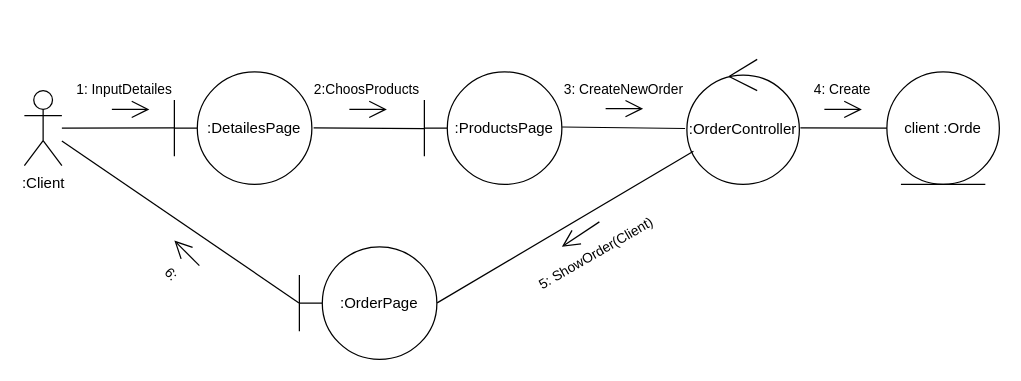
This is Lab1/Диаграмма анализа.drawio from TallMan653/UML-farm-produce-sales-app, a draw.io file, before an edit. Source tidied: cells renumbered, new cells numbered last; positions are measured from the earlier drawing's top-left corner, leaving out a move shared by most shapes. Both pictures are drawn from the tidied source at 125%, with x=0, y=0 at pixel (24, 59).
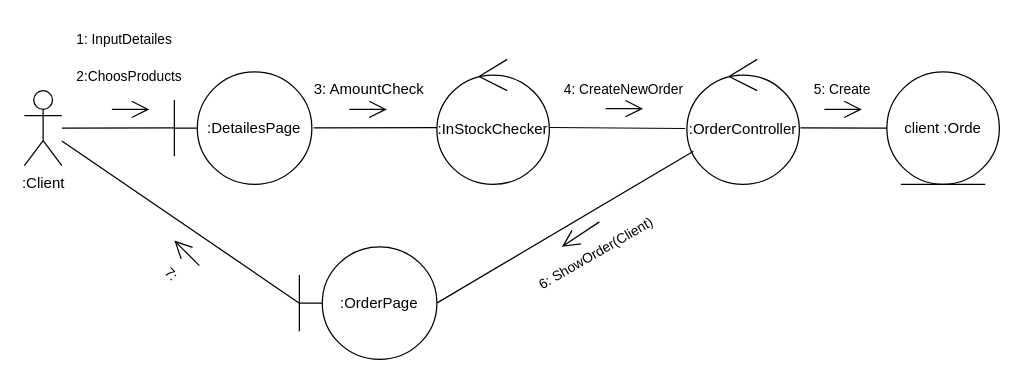
After the change.

The change refers to these unchanged cells:
```xml
<mxCell id="3" value=":DetailesPage" style="shape=umlBoundary;whiteSpace=wrap;html=1;" parent="1" vertex="1">
  <mxGeometry x="120" y="10" width="110" height="90" as="geometry" />
</mxCell>
<mxCell id="5" value=":OrderController" style="ellipse;shape=umlControl;whiteSpace=wrap;html=1;" parent="1" vertex="1">
  <mxGeometry x="530" width="90" height="100" as="geometry" />
</mxCell>
```

The edit, as a diff of the source:
```diff
@@
-    <mxCell id="4" value=":ProductsPage" style="shape=umlBoundary;whiteSpace=wrap;html=1;" parent="1" vertex="1">
-      <mxGeometry x="320" y="10" width="110" height="90" as="geometry" />
-    </mxCell>
@@
     <mxCell id="8" value="&lt;span style=&quot;color: rgb(0, 0, 0); font-family: Helvetica; font-size: 11px; font-style: normal; font-variant-ligatures: normal; font-variant-caps: normal; font-weight: 400; letter-spacing: normal; orphans: 2; text-align: center; text-indent: 0px; text-transform: none; widows: 2; word-spacing: 0px; -webkit-text-stroke-width: 0px; white-space: nowrap; background-color: rgb(255, 255, 255); text-decoration-thickness: initial; text-decoration-style: initial; text-decoration-color: initial; display: inline !important; float: none;&quot;&gt;1: InputDetailes&lt;/span&gt;" style="text;whiteSpace=wrap;html=1;" parent="1" vertex="1">
-      <mxGeometry x="40" y="10" width="80" height="30" as="geometry" />
+      <mxGeometry x="40" y="-30" width="80" height="30" as="geometry" />
     </mxCell>
@@
     <mxCell id="11" value="&lt;span style=&quot;color: rgb(0, 0, 0); font-family: Helvetica; font-size: 11px; font-style: normal; font-variant-ligatures: normal; font-variant-caps: normal; font-weight: 400; letter-spacing: normal; orphans: 2; text-align: center; text-indent: 0px; text-transform: none; widows: 2; word-spacing: 0px; -webkit-text-stroke-width: 0px; white-space: nowrap; background-color: rgb(255, 255, 255); text-decoration-thickness: initial; text-decoration-style: initial; text-decoration-color: initial; display: inline !important; float: none;&quot;&gt;2:ChoosProducts&lt;/span&gt;" style="text;whiteSpace=wrap;html=1;" parent="1" vertex="1">
-      <mxGeometry x="230" y="10" width="90" height="30" as="geometry" />
+      <mxGeometry x="40" width="90" height="30" as="geometry" />
     </mxCell>
-    <mxCell id="12" style="endArrow=none;html=1;rounded=0;entryX=0.002;entryY=0.504;entryDx=0;entryDy=0;entryPerimeter=0;exitX=1.013;exitY=0.497;exitDx=0;exitDy=0;exitPerimeter=0;" parent="1" edge="1" source="3" target="4">
+    <mxCell id="12" style="endArrow=none;html=1;rounded=0;entryX=0.001;entryY=0.545;entryDx=0;entryDy=0;entryPerimeter=0;exitX=1.013;exitY=0.497;exitDx=0;exitDy=0;exitPerimeter=0;" parent="1" edge="1" source="3" target="26">
       <mxGeometry relative="1" as="geometry" />
     </mxCell>
@@
-    <mxCell id="14" value="&lt;span style=&quot;color: rgb(0, 0, 0); font-family: Helvetica; font-size: 11px; font-style: normal; font-variant-ligatures: normal; font-variant-caps: normal; font-weight: 400; letter-spacing: normal; orphans: 2; text-align: center; text-indent: 0px; text-transform: none; widows: 2; word-spacing: 0px; -webkit-text-stroke-width: 0px; white-space: nowrap; background-color: rgb(255, 255, 255); text-decoration-thickness: initial; text-decoration-style: initial; text-decoration-color: initial; display: inline !important; float: none;&quot;&gt;3: CreateNewOrder&lt;/span&gt;" style="text;whiteSpace=wrap;html=1;" parent="1" vertex="1">
+    <mxCell id="14" value="&lt;span style=&quot;color: rgb(0, 0, 0); font-family: Helvetica; font-size: 11px; font-style: normal; font-variant-ligatures: normal; font-variant-caps: normal; font-weight: 400; letter-spacing: normal; orphans: 2; text-align: center; text-indent: 0px; text-transform: none; widows: 2; word-spacing: 0px; -webkit-text-stroke-width: 0px; white-space: nowrap; background-color: rgb(255, 255, 255); text-decoration-thickness: initial; text-decoration-style: initial; text-decoration-color: initial; display: inline !important; float: none;&quot;&gt;4: CreateNewOrder&lt;/span&gt;" style="text;whiteSpace=wrap;html=1;" parent="1" vertex="1">
       <mxGeometry x="430" y="10" width="100" height="30" as="geometry" />
     </mxCell>
-    <mxCell id="15" style="endArrow=none;html=1;rounded=0;exitX=1.002;exitY=0.49;exitDx=0;exitDy=0;exitPerimeter=0;entryX=-0.016;entryY=0.553;entryDx=0;entryDy=0;entryPerimeter=0;" parent="1" edge="1" source="4" target="5">
+    <mxCell id="15" style="endArrow=none;html=1;rounded=0;exitX=0.995;exitY=0.545;exitDx=0;exitDy=0;exitPerimeter=0;entryX=-0.016;entryY=0.553;entryDx=0;entryDy=0;entryPerimeter=0;" parent="1" edge="1" source="26" target="5">
       <mxGeometry relative="1" as="geometry" />
     </mxCell>
@@
-    <mxCell id="17" value="&lt;span style=&quot;color: rgb(0, 0, 0); font-family: Helvetica; font-size: 11px; font-style: normal; font-variant-ligatures: normal; font-variant-caps: normal; font-weight: 400; letter-spacing: normal; orphans: 2; text-align: center; text-indent: 0px; text-transform: none; widows: 2; word-spacing: 0px; -webkit-text-stroke-width: 0px; white-space: nowrap; background-color: rgb(255, 255, 255); text-decoration-thickness: initial; text-decoration-style: initial; text-decoration-color: initial; display: inline !important; float: none;&quot;&gt;4: Create&lt;/span&gt;" style="text;whiteSpace=wrap;html=1;" parent="1" vertex="1">
+    <mxCell id="17" value="&lt;span style=&quot;color: rgb(0, 0, 0); font-family: Helvetica; font-size: 11px; font-style: normal; font-variant-ligatures: normal; font-variant-caps: normal; font-weight: 400; letter-spacing: normal; orphans: 2; text-align: center; text-indent: 0px; text-transform: none; widows: 2; word-spacing: 0px; -webkit-text-stroke-width: 0px; white-space: nowrap; background-color: rgb(255, 255, 255); text-decoration-thickness: initial; text-decoration-style: initial; text-decoration-color: initial; display: inline !important; float: none;&quot;&gt;5: Create&lt;/span&gt;" style="text;whiteSpace=wrap;html=1;" parent="1" vertex="1">
       <mxGeometry x="630" y="10" width="50" height="30" as="geometry" />
     </mxCell>
@@
-    <mxCell id="20" value="&lt;span style=&quot;color: rgb(0, 0, 0); font-family: Helvetica; font-size: 11px; font-style: normal; font-variant-ligatures: normal; font-variant-caps: normal; font-weight: 400; letter-spacing: normal; orphans: 2; text-align: center; text-indent: 0px; text-transform: none; widows: 2; word-spacing: 0px; -webkit-text-stroke-width: 0px; white-space: nowrap; background-color: rgb(255, 255, 255); text-decoration-thickness: initial; text-decoration-style: initial; text-decoration-color: initial; display: inline !important; float: none;&quot;&gt;5: ShowOrder(Client)&lt;/span&gt;" style="text;whiteSpace=wrap;html=1;rotation=-30;" parent="1" vertex="1">
+    <mxCell id="20" value="&lt;span style=&quot;color: rgb(0, 0, 0); font-family: Helvetica; font-size: 11px; font-style: normal; font-variant-ligatures: normal; font-variant-caps: normal; font-weight: 400; letter-spacing: normal; orphans: 2; text-align: center; text-indent: 0px; text-transform: none; widows: 2; word-spacing: 0px; -webkit-text-stroke-width: 0px; white-space: nowrap; background-color: rgb(255, 255, 255); text-decoration-thickness: initial; text-decoration-style: initial; text-decoration-color: initial; display: inline !important; float: none;&quot;&gt;6: ShowOrder(Client)&lt;/span&gt;" style="text;whiteSpace=wrap;html=1;rotation=-30;" parent="1" vertex="1">
       <mxGeometry x="404" y="140" width="110" height="30" as="geometry" />
     </mxCell>
@@
-    <mxCell id="23" value="&lt;span style=&quot;color: rgb(0, 0, 0); font-family: Helvetica; font-size: 11px; font-style: normal; font-variant-ligatures: normal; font-variant-caps: normal; font-weight: 400; letter-spacing: normal; orphans: 2; text-align: center; text-indent: 0px; text-transform: none; widows: 2; word-spacing: 0px; -webkit-text-stroke-width: 0px; white-space: nowrap; background-color: rgb(255, 255, 255); text-decoration-thickness: initial; text-decoration-style: initial; text-decoration-color: initial; display: inline !important; float: none;&quot;&gt;6:&lt;/span&gt;" style="text;whiteSpace=wrap;html=1;rotation=45;" parent="1" vertex="1">
+    <mxCell id="23" value="&lt;span style=&quot;color: rgb(0, 0, 0); font-family: Helvetica; font-size: 11px; font-style: normal; font-variant-ligatures: normal; font-variant-caps: normal; font-weight: 400; letter-spacing: normal; orphans: 2; text-align: center; text-indent: 0px; text-transform: none; widows: 2; word-spacing: 0px; -webkit-text-stroke-width: 0px; white-space: nowrap; background-color: rgb(255, 255, 255); text-decoration-thickness: initial; text-decoration-style: initial; text-decoration-color: initial; display: inline !important; float: none;&quot;&gt;7:&lt;/span&gt;" style="text;whiteSpace=wrap;html=1;rotation=45;" parent="1" vertex="1">
       <mxGeometry x="110" y="160" width="20" height="30" as="geometry" />
     </mxCell>
@@
+    <mxCell id="26" value=":InStockChecker" style="ellipse;shape=umlControl;whiteSpace=wrap;html=1;" parent="1" vertex="1">
+      <mxGeometry x="330" width="90" height="100" as="geometry" />
+    </mxCell>
+    <mxCell id="27" value="3: AmountCheck" style="text;whiteSpace=wrap;html=1;" parent="1" vertex="1">
+      <mxGeometry x="230" y="10" width="100" height="30" as="geometry" />
+    </mxCell>
```
